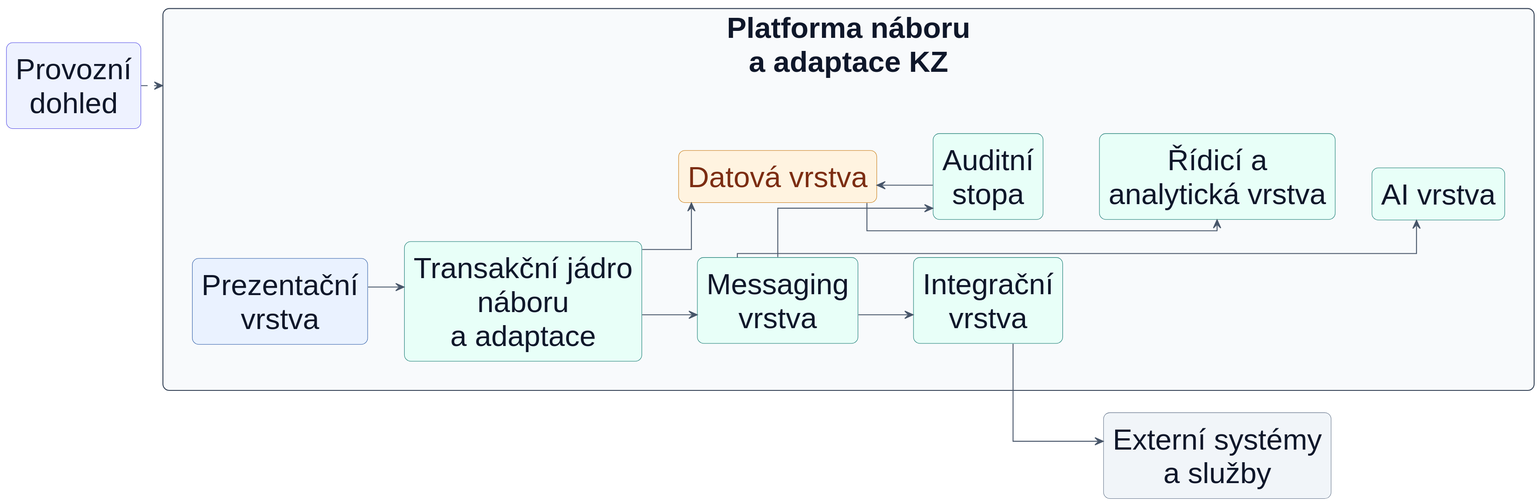
Earlier version of the PlantUML export procesy/architecture/solution-composition.svg (pavelvachaaa/diploma-thesis).
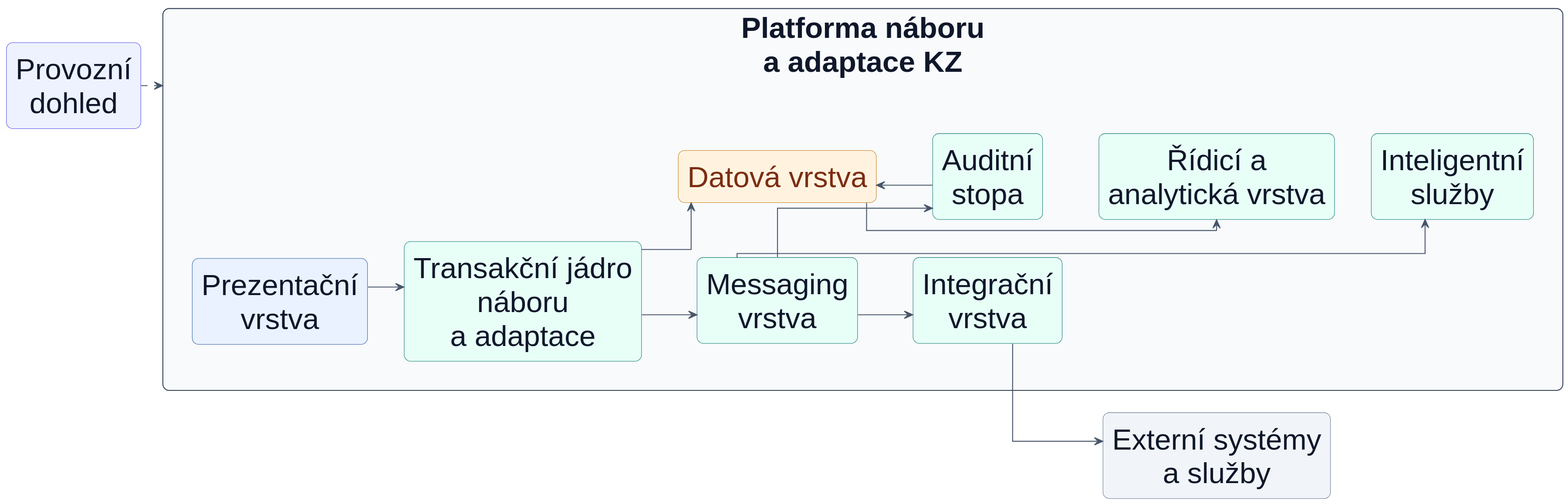
The same diagram one commit later.

Diff of the diagram source:
```diff
@@ -60,7 +60,7 @@
     rectangle "Datová vrstva" <<data>> as Data
     rectangle "Auditní\nstopa" <<service>> as AuditTrail
     rectangle "Řídicí a\nanalytická vrstva" <<service>> as Analytics
-    rectangle "AI vrstva" <<service>> as AiLayer
+    rectangle "Inteligentní\nslužby" <<service>> as AiLayer
   }
 }
 
```
